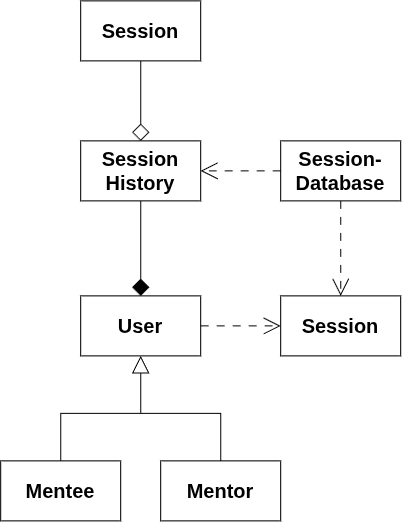
The draw.io diagram docs/M4/assets/diagram/diagram-uc06.png in RPL-24/IF2150-RPL, before a commit. Source tidied: cells renumbered, new cells last; positions are measured from the earlier drawing's top-left corner, leaving out a move shared by most shapes. Source of this version:
```xml
<mxGraphModel background="light-dark(#ffffff, #121212)">
  <root>
    <mxCell id="0" />
    <mxCell id="1" parent="0" />
    <mxCell id="2" value="&lt;b&gt;&lt;font style=&quot;font-size: 20px;&quot;&gt;User&lt;/font&gt;&lt;/b&gt;" style="rounded=0;whiteSpace=wrap;html=1;" parent="1" vertex="1">
      <mxGeometry x="80" y="295" width="120" height="60" as="geometry" />
    </mxCell>
    <mxCell id="3" style="edgeStyle=orthogonalEdgeStyle;rounded=0;jettySize=auto;html=1;entryX=0.5;entryY=1;entryDx=0;entryDy=0;endArrow=block;endFill=0;startSize=14;endSize=15;" parent="1" edge="1" source="4" target="2">
      <mxGeometry relative="1" as="geometry" />
    </mxCell>
    <mxCell id="4" value="&lt;b&gt;&lt;font style=&quot;font-size: 20px;&quot;&gt;Mentee&lt;/font&gt;&lt;/b&gt;" style="rounded=0;whiteSpace=wrap;html=1;" parent="1" vertex="1">
      <mxGeometry y="460" width="120" height="60" as="geometry" />
    </mxCell>
    <mxCell id="5" value="&lt;b&gt;&lt;font style=&quot;font-size: 20px;&quot;&gt;Mentor&lt;/font&gt;&lt;/b&gt;" style="rounded=0;whiteSpace=wrap;html=1;" parent="1" vertex="1">
      <mxGeometry x="160" y="460" width="120" height="60" as="geometry" />
    </mxCell>
    <mxCell id="6" style="edgeStyle=orthogonalEdgeStyle;rounded=0;jettySize=auto;html=1;entryX=0.5;entryY=1;entryDx=0;entryDy=0;endArrow=block;endFill=0;startSize=14;endSize=15;exitX=0.5;exitY=0;exitDx=0;exitDy=0;" parent="1" edge="1" source="5" target="2">
      <mxGeometry relative="1" as="geometry" />
    </mxCell>
    <mxCell id="7" value="&lt;b&gt;&lt;font style=&quot;font-size: 20px;&quot;&gt;Session&lt;/font&gt;&lt;/b&gt;" style="rounded=0;whiteSpace=wrap;html=1;" parent="1" vertex="1">
      <mxGeometry x="280" y="295" width="120" height="60" as="geometry" />
    </mxCell>
    <mxCell id="8" value="&lt;b&gt;&lt;font style=&quot;font-size: 20px;&quot;&gt;Session-Database&lt;/font&gt;&lt;/b&gt;" style="rounded=0;whiteSpace=wrap;html=1;" parent="1" vertex="1">
      <mxGeometry x="280" y="140" width="120" height="60" as="geometry" />
    </mxCell>
    <mxCell id="9" style="edgeStyle=orthogonalEdgeStyle;rounded=0;jettySize=auto;html=1;entryX=0.5;entryY=0;entryDx=0;entryDy=0;endArrow=open;endFill=0;startSize=14;endSize=15;exitX=0.5;exitY=1;exitDx=0;exitDy=0;dashed=1;dashPattern=8 8;" parent="1" edge="1" source="8" target="7">
      <mxGeometry relative="1" as="geometry" />
    </mxCell>
    <mxCell id="10" style="edgeStyle=orthogonalEdgeStyle;rounded=0;jettySize=auto;html=1;entryX=0;entryY=0.5;entryDx=0;entryDy=0;endArrow=open;endFill=0;startSize=14;endSize=15;exitX=1;exitY=0.5;exitDx=0;exitDy=0;dashed=1;dashPattern=8 8;" parent="1" edge="1" source="2" target="7">
      <mxGeometry relative="1" as="geometry" />
    </mxCell>
    <mxCell id="11" value="&lt;b&gt;&lt;font style=&quot;font-size: 20px;&quot;&gt;Session History&lt;/font&gt;&lt;/b&gt;" style="rounded=0;whiteSpace=wrap;html=1;" parent="1" vertex="1">
      <mxGeometry x="80" y="140" width="120" height="60" as="geometry" />
    </mxCell>
    <mxCell id="12" style="edgeStyle=orthogonalEdgeStyle;rounded=0;jettySize=auto;html=1;endArrow=open;endFill=0;startSize=14;endSize=15;dashed=1;dashPattern=8 8;entryX=1;entryY=0.5;entryDx=0;entryDy=0;" parent="1" edge="1" source="8" target="11">
      <mxGeometry relative="1" as="geometry" />
    </mxCell>
    <mxCell id="13" value="&lt;b&gt;&lt;font style=&quot;font-size: 20px;&quot;&gt;Session&lt;/font&gt;&lt;/b&gt;" style="rounded=0;whiteSpace=wrap;html=1;" parent="1" vertex="1">
      <mxGeometry x="80" width="120" height="60" as="geometry" />
    </mxCell>
    <mxCell id="14" style="edgeStyle=orthogonalEdgeStyle;rounded=0;jettySize=auto;html=1;entryX=0.5;entryY=0;entryDx=0;entryDy=0;endArrow=diamond;endFill=0;startSize=14;endSize=15;exitX=0.5;exitY=1;exitDx=0;exitDy=0;" parent="1" edge="1" source="13" target="11">
      <mxGeometry relative="1" as="geometry" />
    </mxCell>
    <mxCell id="15" style="edgeStyle=orthogonalEdgeStyle;rounded=0;jettySize=auto;html=1;entryX=0.5;entryY=0;entryDx=0;entryDy=0;endArrow=diamond;endFill=1;startSize=14;endSize=15;exitX=0.5;exitY=1;exitDx=0;exitDy=0;" parent="1" edge="1" source="11" target="2">
      <mxGeometry relative="1" as="geometry" />
    </mxCell>
  </root>
</mxGraphModel>
```
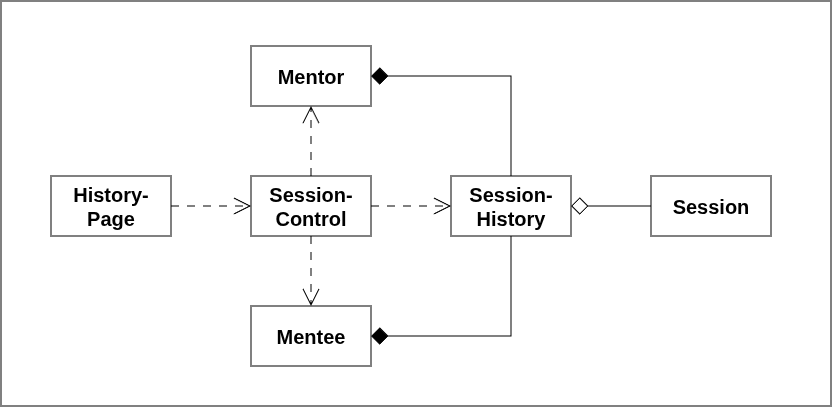
After the commit.

Commit message:
docs: update the diagram for UC 5 and 6 and make the format for logbook

Change to the diagram source:
```diff
@@ -2,47 +2,47 @@
   <root>
     <mxCell id="0" />
     <mxCell id="1" parent="0" />
-    <mxCell id="2" value="&lt;b&gt;&lt;font style=&quot;font-size: 20px;&quot;&gt;User&lt;/font&gt;&lt;/b&gt;" style="rounded=0;whiteSpace=wrap;html=1;" parent="1" vertex="1">
-      <mxGeometry x="80" y="295" width="120" height="60" as="geometry" />
-    </mxCell>
-    <mxCell id="3" style="edgeStyle=orthogonalEdgeStyle;rounded=0;jettySize=auto;html=1;entryX=0.5;entryY=1;entryDx=0;entryDy=0;endArrow=block;endFill=0;startSize=14;endSize=15;" parent="1" edge="1" source="4" target="2">
-      <mxGeometry relative="1" as="geometry" />
-    </mxCell>
+    <mxCell id="16" style="rounded=0;whiteSpace=wrap;html=1;" parent="1" vertex="1">
+      <mxGeometry x="130" y="745" width="830" height="405" as="geometry" />
+    </mxCell>
     <mxCell id="4" value="&lt;b&gt;&lt;font style=&quot;font-size: 20px;&quot;&gt;Mentee&lt;/font&gt;&lt;/b&gt;" style="rounded=0;whiteSpace=wrap;html=1;" parent="1" vertex="1">
-      <mxGeometry y="460" width="120" height="60" as="geometry" />
+      <mxGeometry x="380" y="1050" width="120" height="60" as="geometry" />
     </mxCell>
     <mxCell id="5" value="&lt;b&gt;&lt;font style=&quot;font-size: 20px;&quot;&gt;Mentor&lt;/font&gt;&lt;/b&gt;" style="rounded=0;whiteSpace=wrap;html=1;" parent="1" vertex="1">
-      <mxGeometry x="160" y="460" width="120" height="60" as="geometry" />
+      <mxGeometry x="380" y="790" width="120" height="60" as="geometry" />
     </mxCell>
-    <mxCell id="6" style="edgeStyle=orthogonalEdgeStyle;rounded=0;jettySize=auto;html=1;entryX=0.5;entryY=1;entryDx=0;entryDy=0;endArrow=block;endFill=0;startSize=14;endSize=15;exitX=0.5;exitY=0;exitDx=0;exitDy=0;" parent="1" edge="1" source="5" target="2">
-      <mxGeometry relative="1" as="geometry" />
-    </mxCell>
-    <mxCell id="7" value="&lt;b&gt;&lt;font style=&quot;font-size: 20px;&quot;&gt;Session&lt;/font&gt;&lt;/b&gt;" style="rounded=0;whiteSpace=wrap;html=1;" parent="1" vertex="1">
-      <mxGeometry x="280" y="295" width="120" height="60" as="geometry" />
-    </mxCell>
-    <mxCell id="8" value="&lt;b&gt;&lt;font style=&quot;font-size: 20px;&quot;&gt;Session-Database&lt;/font&gt;&lt;/b&gt;" style="rounded=0;whiteSpace=wrap;html=1;" parent="1" vertex="1">
-      <mxGeometry x="280" y="140" width="120" height="60" as="geometry" />
-    </mxCell>
-    <mxCell id="9" style="edgeStyle=orthogonalEdgeStyle;rounded=0;jettySize=auto;html=1;entryX=0.5;entryY=0;entryDx=0;entryDy=0;endArrow=open;endFill=0;startSize=14;endSize=15;exitX=0.5;exitY=1;exitDx=0;exitDy=0;dashed=1;dashPattern=8 8;" parent="1" edge="1" source="8" target="7">
-      <mxGeometry relative="1" as="geometry" />
-    </mxCell>
-    <mxCell id="10" style="edgeStyle=orthogonalEdgeStyle;rounded=0;jettySize=auto;html=1;entryX=0;entryY=0.5;entryDx=0;entryDy=0;endArrow=open;endFill=0;startSize=14;endSize=15;exitX=1;exitY=0.5;exitDx=0;exitDy=0;dashed=1;dashPattern=8 8;" parent="1" edge="1" source="2" target="7">
-      <mxGeometry relative="1" as="geometry" />
-    </mxCell>
-    <mxCell id="11" value="&lt;b&gt;&lt;font style=&quot;font-size: 20px;&quot;&gt;Session History&lt;/font&gt;&lt;/b&gt;" style="rounded=0;whiteSpace=wrap;html=1;" parent="1" vertex="1">
-      <mxGeometry x="80" y="140" width="120" height="60" as="geometry" />
-    </mxCell>
-    <mxCell id="12" style="edgeStyle=orthogonalEdgeStyle;rounded=0;jettySize=auto;html=1;endArrow=open;endFill=0;startSize=14;endSize=15;dashed=1;dashPattern=8 8;entryX=1;entryY=0.5;entryDx=0;entryDy=0;" parent="1" edge="1" source="8" target="11">
-      <mxGeometry relative="1" as="geometry" />
-    </mxCell>
-    <mxCell id="13" value="&lt;b&gt;&lt;font style=&quot;font-size: 20px;&quot;&gt;Session&lt;/font&gt;&lt;/b&gt;" style="rounded=0;whiteSpace=wrap;html=1;" parent="1" vertex="1">
-      <mxGeometry x="80" width="120" height="60" as="geometry" />
-    </mxCell>
-    <mxCell id="14" style="edgeStyle=orthogonalEdgeStyle;rounded=0;jettySize=auto;html=1;entryX=0.5;entryY=0;entryDx=0;entryDy=0;endArrow=diamond;endFill=0;startSize=14;endSize=15;exitX=0.5;exitY=1;exitDx=0;exitDy=0;" parent="1" edge="1" source="13" target="11">
-      <mxGeometry relative="1" as="geometry" />
-    </mxCell>
-    <mxCell id="15" style="edgeStyle=orthogonalEdgeStyle;rounded=0;jettySize=auto;html=1;entryX=0.5;entryY=0;entryDx=0;entryDy=0;endArrow=diamond;endFill=1;startSize=14;endSize=15;exitX=0.5;exitY=1;exitDx=0;exitDy=0;" parent="1" edge="1" source="11" target="2">
-      <mxGeometry relative="1" as="geometry" />
-    </mxCell>
+    <mxCell id="17" value="&lt;b&gt;&lt;font style=&quot;font-size: 20px;&quot;&gt;Session-History&lt;/font&gt;&lt;/b&gt;" style="rounded=0;whiteSpace=wrap;html=1;" parent="1" vertex="1">
+      <mxGeometry x="580" y="920" width="120" height="60" as="geometry" />
+    </mxCell>
+    <mxCell id="18" value="&lt;b&gt;&lt;font style=&quot;font-size: 20px;&quot;&gt;Session-Control&lt;/font&gt;&lt;/b&gt;" style="rounded=0;whiteSpace=wrap;html=1;" parent="1" vertex="1">
+      <mxGeometry x="380" y="920" width="120" height="60" as="geometry" />
+    </mxCell>
+    <mxCell id="19" value="&lt;b&gt;&lt;font style=&quot;font-size: 20px;&quot;&gt;History-Page&lt;/font&gt;&lt;/b&gt;" style="rounded=0;whiteSpace=wrap;html=1;" parent="1" vertex="1">
+      <mxGeometry x="180" y="920" width="120" height="60" as="geometry" />
+    </mxCell>
+    <mxCell id="20" style="edgeStyle=orthogonalEdgeStyle;rounded=0;jettySize=auto;html=1;entryX=0;entryY=0.5;entryDx=0;entryDy=0;endArrow=open;endFill=0;startSize=14;endSize=15;exitX=1;exitY=0.5;exitDx=0;exitDy=0;dashed=1;dashPattern=8 8;" parent="1" edge="1" source="19" target="18">
+      <mxGeometry relative="1" as="geometry" />
+    </mxCell>
+    <mxCell id="21" style="edgeStyle=orthogonalEdgeStyle;rounded=0;jettySize=auto;html=1;entryX=0.5;entryY=1;entryDx=0;entryDy=0;endArrow=open;endFill=0;startSize=14;endSize=15;dashed=1;dashPattern=8 8;exitX=0.5;exitY=0;exitDx=0;exitDy=0;" parent="1" edge="1" source="18" target="5">
+      <mxGeometry relative="1" as="geometry" />
+    </mxCell>
+    <mxCell id="22" style="edgeStyle=orthogonalEdgeStyle;rounded=0;jettySize=auto;html=1;entryX=0.5;entryY=0;entryDx=0;entryDy=0;endArrow=open;endFill=0;startSize=14;endSize=15;exitX=0.5;exitY=1;exitDx=0;exitDy=0;dashed=1;dashPattern=8 8;" parent="1" edge="1" source="18" target="4">
+      <mxGeometry relative="1" as="geometry" />
+    </mxCell>
+    <mxCell id="23" style="edgeStyle=orthogonalEdgeStyle;rounded=0;jettySize=auto;html=1;entryX=0;entryY=0.5;entryDx=0;entryDy=0;endArrow=open;endFill=0;startSize=14;endSize=15;exitX=1;exitY=0.5;exitDx=0;exitDy=0;dashed=1;dashPattern=8 8;" parent="1" edge="1" source="18" target="17">
+      <mxGeometry relative="1" as="geometry" />
+    </mxCell>
+    <mxCell id="24" style="edgeStyle=orthogonalEdgeStyle;rounded=0;jettySize=auto;html=1;entryX=1;entryY=0.5;entryDx=0;entryDy=0;endArrow=diamond;endFill=1;startSize=14;endSize=15;exitX=0.5;exitY=0;exitDx=0;exitDy=0;" parent="1" edge="1" source="17" target="5">
+      <mxGeometry relative="1" as="geometry" />
+    </mxCell>
+    <mxCell id="25" style="edgeStyle=orthogonalEdgeStyle;rounded=0;jettySize=auto;html=1;entryX=1;entryY=0.5;entryDx=0;entryDy=0;endArrow=diamond;endFill=1;startSize=14;endSize=15;exitX=0.5;exitY=1;exitDx=0;exitDy=0;" parent="1" edge="1" source="17" target="4">
+      <mxGeometry relative="1" as="geometry" />
+    </mxCell>
+    <mxCell id="26" value="&lt;b&gt;&lt;font style=&quot;font-size: 20px;&quot;&gt;Session&lt;/font&gt;&lt;/b&gt;" style="rounded=0;whiteSpace=wrap;html=1;" parent="1" vertex="1">
+      <mxGeometry x="780" y="920" width="120" height="60" as="geometry" />
+    </mxCell>
+    <mxCell id="27" style="edgeStyle=orthogonalEdgeStyle;rounded=0;jettySize=auto;html=1;entryX=1;entryY=0.5;entryDx=0;entryDy=0;endArrow=diamond;endFill=0;startSize=14;endSize=15;exitX=0;exitY=0.5;exitDx=0;exitDy=0;" parent="1" edge="1" source="26" target="17">
+      <mxGeometry relative="1" as="geometry" />
+    </mxCell>
   </root>
 </mxGraphModel>
```
